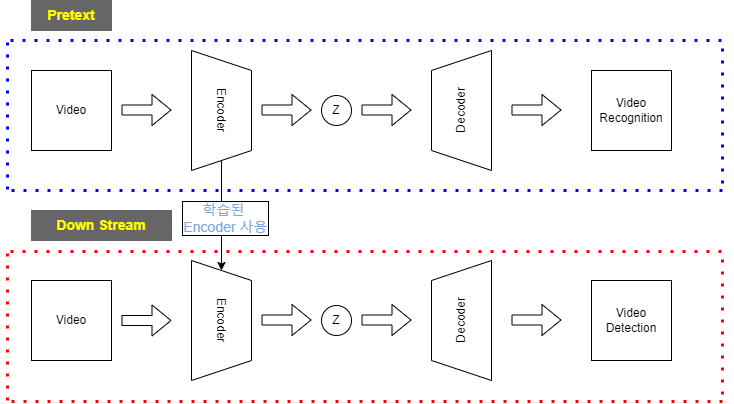
The draw.io diagram 연구주제.drawio.png in Kyoungrae-Noh/Self-Supervised-Learning, before a commit. Source tidied: cells renumbered, new cells last; positions are measured from the earlier drawing's top-left corner, leaving out a move shared by most shapes.
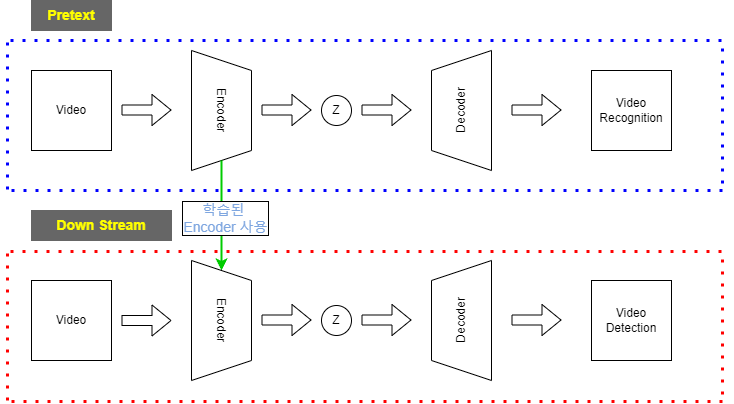
Above is the later version.

Commit message:
연구주제.drawio.png 업데이트

What changed in the source:
```diff
@@ -41,7 +41,7 @@
     <mxCell id="10" value="Video&lt;br&gt;Recognition" style="whiteSpace=wrap;html=1;" parent="1" vertex="1">
       <mxGeometry x="590" y="70" width="80" height="80" as="geometry" />
     </mxCell>
-    <mxCell id="11" style="endArrow=classic;html=1;rounded=0;fillColor=#FFFFFF;exitX=1;exitY=0.5;exitDx=0;exitDy=0;entryX=0;entryY=0.5;entryDx=0;entryDy=0;" parent="1" edge="1" target="13">
+    <mxCell id="11" style="endArrow=classic;html=1;rounded=0;fillColor=#FFFFFF;exitX=1;exitY=0.5;exitDx=0;exitDy=0;entryX=0;entryY=0.5;entryDx=0;entryDy=0;strokeWidth=2;strokeColor=#00CC00;" parent="1" edge="1" target="13">
       <mxGeometry relative="1" as="geometry">
         <mxPoint x="220" y="160" as="sourcePoint" />
       </mxGeometry>
```
